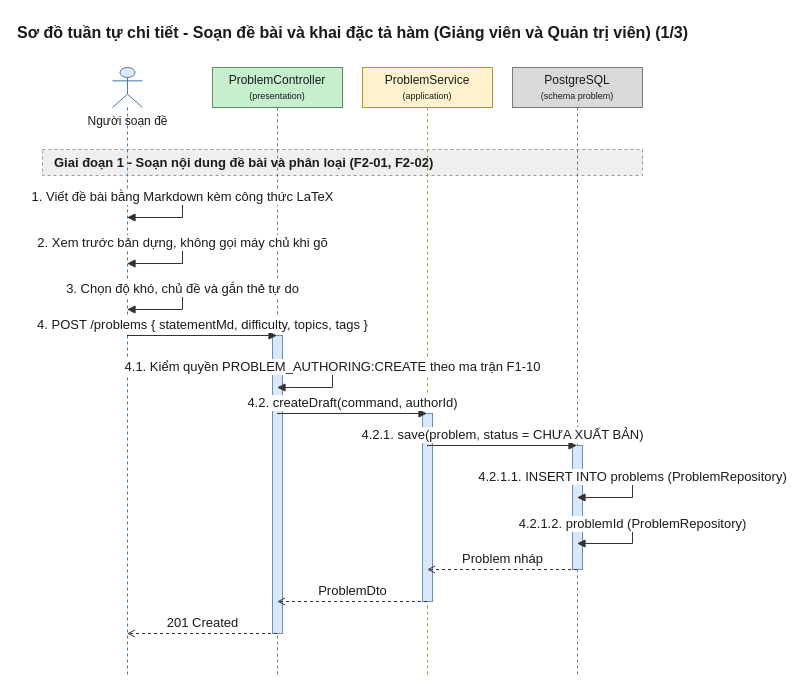
Before: 08-diagram/sequence/shared/sequence_shared_soan_de_va_dac_ta_ham_p1.drawio in daiphu1801/PRJ_ALGOPREP, a draw.io diagram. Source tidied: cells renumbered, new cells numbered last; positions are measured from the earlier drawing's top-left corner, leaving out a move shared by most shapes. Both pictures are drawn from the tidied source at 100%, with x=0, y=0 at pixel (42, 17).
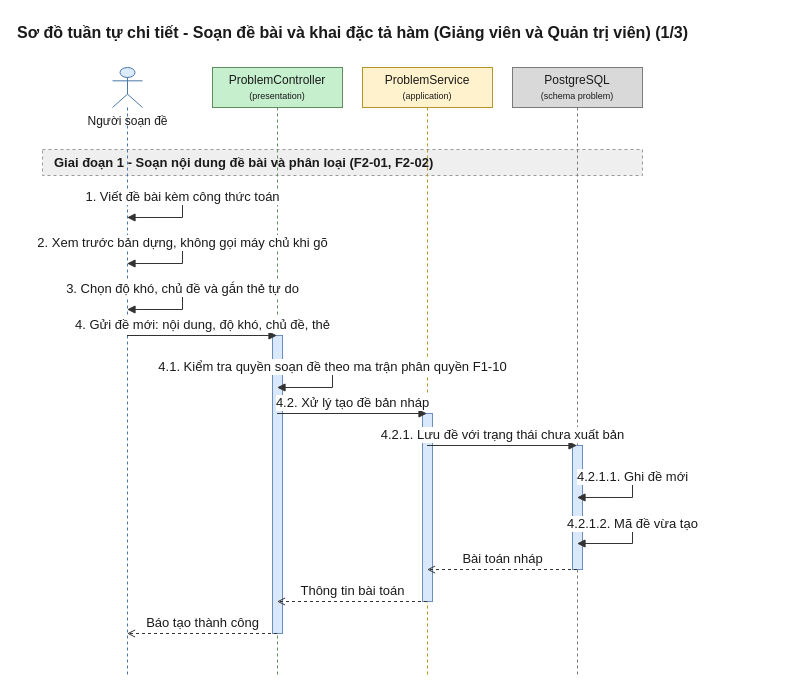
After the change.

The change refers to these unchanged cells:
```xml
<mxCell id="4" value="Người soạn đề" style="shape=umlLifeline;participant=umlActor;perimeter=lifelinePerimeter;html=1;outlineConnect=0;size=40;verticalAlign=top;spacingTop=40;fillColor=#DCEBFC;strokeColor=#4A76A8;fontColor=#1A1A1A;" parent="1" vertex="1">
  <mxGeometry x="70" y="50" width="30" height="608" as="geometry" />
</mxCell>
<mxCell id="5" value="ProblemController&lt;br&gt;&lt;font style=&quot;font-size:9px&quot;&gt;(presentation)&lt;/font&gt;" style="shape=umlLifeline;perimeter=lifelinePerimeter;whiteSpace=wrap;html=1;outlineConnect=0;size=40;fillColor=#C6EFCE;strokeColor=#5E8E5E;fontColor=#1A1A1A;" parent="1" vertex="1">
  <mxGeometry x="170" y="50" width="130" height="608" as="geometry" />
</mxCell>
<mxCell id="6" value="ProblemService&lt;br&gt;&lt;font style=&quot;font-size:9px&quot;&gt;(application)&lt;/font&gt;" style="shape=umlLifeline;perimeter=lifelinePerimeter;whiteSpace=wrap;html=1;outlineConnect=0;size=40;fillColor=#FFF2CC;strokeColor=#B8952A;fontColor=#1A1A1A;" parent="1" vertex="1">
  <mxGeometry x="320" y="50" width="130" height="608" as="geometry" />
</mxCell>
<mxCell id="7" value="PostgreSQL&lt;br&gt;&lt;font style=&quot;font-size:9px&quot;&gt;(schema problem)&lt;/font&gt;" style="shape=umlLifeline;perimeter=lifelinePerimeter;whiteSpace=wrap;html=1;outlineConnect=0;size=40;fillColor=#D9D9D9;strokeColor=#7A7A7A;fontColor=#1A1A1A;" parent="1" vertex="1">
  <mxGeometry x="470" y="50" width="130" height="608" as="geometry" />
</mxCell>
```

Change to the diagram source:
```diff
@@
-    <mxCell id="11" value="1. Viết đề bài bằng Markdown kèm công thức LaTeX" style="edgeStyle=orthogonalEdgeStyle;rounded=0;html=1;endArrow=block;endFill=1;strokeColor=#333333;fontColor=#1A1A1A;fontSize=13;verticalAlign=bottom;exitX=0.5;exitY=0.2138;exitDx=0;exitDy=0;entryX=0.5;entryY=0.2467;entryDx=0;entryDy=0;" parent="1" edge="1" source="4" target="4">
+    <mxCell id="11" value="1. Viết đề bài kèm công thức toán" style="edgeStyle=orthogonalEdgeStyle;rounded=0;html=1;endArrow=block;endFill=1;strokeColor=#333333;fontColor=#1A1A1A;fontSize=13;verticalAlign=bottom;exitX=0.5;exitY=0.2138;exitDx=0;exitDy=0;entryX=0.5;entryY=0.2467;entryDx=0;entryDy=0;" parent="1" edge="1" source="4" target="4">
       <mxGeometry relative="1" as="geometry">
         <Array as="points">
           <mxPoint x="140" y="180" />
           <mxPoint x="140" y="200" />
         </Array>
       </mxGeometry>
     </mxCell>
@@
-    <mxCell id="14" value="4. POST /problems { statementMd, difficulty, topics, tags }" style="edgeStyle=none;html=1;endArrow=block;endFill=1;strokeColor=#333333;fontColor=#1A1A1A;fontSize=13;verticalAlign=bottom;exitX=0.5;exitY=0.4408;exitDx=0;exitDy=0;entryX=0.5;entryY=0.4408;entryDx=0;entryDy=0;" parent="1" edge="1" source="4" target="5">
+    <mxCell id="14" value="4. Gửi đề mới: nội dung, độ khó, chủ đề, thẻ" style="edgeStyle=none;html=1;endArrow=block;endFill=1;strokeColor=#333333;fontColor=#1A1A1A;fontSize=13;verticalAlign=bottom;exitX=0.5;exitY=0.4408;exitDx=0;exitDy=0;entryX=0.5;entryY=0.4408;entryDx=0;entryDy=0;" parent="1" edge="1" source="4" target="5">
       <mxGeometry relative="1" as="geometry" />
     </mxCell>
-    <mxCell id="15" value="4.1. Kiểm quyền PROBLEM_AUTHORING:CREATE theo ma trận F1-10" style="edgeStyle=orthogonalEdgeStyle;rounded=0;html=1;endArrow=block;endFill=1;strokeColor=#333333;fontColor=#1A1A1A;fontSize=13;verticalAlign=bottom;exitX=0.5;exitY=0.4934;exitDx=0;exitDy=0;entryX=0.5;entryY=0.5263;entryDx=0;entryDy=0;" parent="1" edge="1" source="5" target="5">
+    <mxCell id="15" value="4.1. Kiểm tra quyền soạn đề theo ma trận phân quyền F1-10" style="edgeStyle=orthogonalEdgeStyle;rounded=0;html=1;endArrow=block;endFill=1;strokeColor=#333333;fontColor=#1A1A1A;fontSize=13;verticalAlign=bottom;exitX=0.5;exitY=0.4934;exitDx=0;exitDy=0;entryX=0.5;entryY=0.5263;entryDx=0;entryDy=0;" parent="1" edge="1" source="5" target="5">
       <mxGeometry relative="1" as="geometry">
         <Array as="points">
           <mxPoint x="290" y="350" />
           <mxPoint x="290" y="370" />
         </Array>
       </mxGeometry>
     </mxCell>
-    <mxCell id="16" value="4.2. createDraft(command, authorId)" style="edgeStyle=none;html=1;endArrow=block;endFill=1;strokeColor=#333333;fontColor=#1A1A1A;fontSize=13;verticalAlign=bottom;exitX=0.5;exitY=0.5691;exitDx=0;exitDy=0;entryX=0.5;entryY=0.5691;entryDx=0;entryDy=0;" parent="1" edge="1" source="5" target="6">
+    <mxCell id="16" value="4.2. Xử lý tạo đề bản nháp" style="edgeStyle=none;html=1;endArrow=block;endFill=1;strokeColor=#333333;fontColor=#1A1A1A;fontSize=13;verticalAlign=bottom;exitX=0.5;exitY=0.5691;exitDx=0;exitDy=0;entryX=0.5;entryY=0.5691;entryDx=0;entryDy=0;" parent="1" edge="1" source="5" target="6">
       <mxGeometry relative="1" as="geometry" />
     </mxCell>
-    <mxCell id="17" value="4.2.1. save(problem, status = CHƯA XUẤT BẢN)" style="edgeStyle=none;html=1;endArrow=block;endFill=1;strokeColor=#333333;fontColor=#1A1A1A;fontSize=13;verticalAlign=bottom;exitX=0.5;exitY=0.6217;exitDx=0;exitDy=0;entryX=0.5;entryY=0.6217;entryDx=0;entryDy=0;" parent="1" edge="1" source="6" target="7">
+    <mxCell id="17" value="4.2.1. Lưu đề với trạng thái chưa xuất bản" style="edgeStyle=none;html=1;endArrow=block;endFill=1;strokeColor=#333333;fontColor=#1A1A1A;fontSize=13;verticalAlign=bottom;exitX=0.5;exitY=0.6217;exitDx=0;exitDy=0;entryX=0.5;entryY=0.6217;entryDx=0;entryDy=0;" parent="1" edge="1" source="6" target="7">
       <mxGeometry relative="1" as="geometry" />
     </mxCell>
-    <mxCell id="18" value="4.2.1.1. INSERT INTO problems (ProblemRepository)" style="edgeStyle=orthogonalEdgeStyle;rounded=0;html=1;endArrow=block;endFill=1;strokeColor=#333333;fontColor=#1A1A1A;fontSize=13;verticalAlign=bottom;exitX=0.5;exitY=0.6743;exitDx=0;exitDy=0;entryX=0.5;entryY=0.7072;entryDx=0;entryDy=0;" parent="1" edge="1" source="7" target="7">
+    <mxCell id="18" value="4.2.1.1. Ghi đề mới" style="edgeStyle=orthogonalEdgeStyle;rounded=0;html=1;endArrow=block;endFill=1;strokeColor=#333333;fontColor=#1A1A1A;fontSize=13;verticalAlign=bottom;exitX=0.5;exitY=0.6743;exitDx=0;exitDy=0;entryX=0.5;entryY=0.7072;entryDx=0;entryDy=0;" parent="1" edge="1" source="7" target="7">
       <mxGeometry relative="1" as="geometry">
         <Array as="points">
           <mxPoint x="590" y="460" />
           <mxPoint x="590" y="480" />
         </Array>
       </mxGeometry>
     </mxCell>
-    <mxCell id="19" value="4.2.1.2. problemId (ProblemRepository)" style="edgeStyle=orthogonalEdgeStyle;rounded=0;html=1;endArrow=block;endFill=1;strokeColor=#333333;fontColor=#1A1A1A;fontSize=13;verticalAlign=bottom;exitX=0.5;exitY=0.7500;exitDx=0;exitDy=0;entryX=0.5;entryY=0.7829;entryDx=0;entryDy=0;" parent="1" edge="1" source="7" target="7">
+    <mxCell id="19" value="4.2.1.2. Mã đề vừa tạo" style="edgeStyle=orthogonalEdgeStyle;rounded=0;html=1;endArrow=block;endFill=1;strokeColor=#333333;fontColor=#1A1A1A;fontSize=13;verticalAlign=bottom;exitX=0.5;exitY=0.7500;exitDx=0;exitDy=0;entryX=0.5;entryY=0.7829;entryDx=0;entryDy=0;" parent="1" edge="1" source="7" target="7">
       <mxGeometry relative="1" as="geometry">
         <Array as="points">
           <mxPoint x="590" y="506" />
           <mxPoint x="590" y="526" />
         </Array>
       </mxGeometry>
     </mxCell>
-    <mxCell id="20" value="Problem nháp" style="edgeStyle=none;html=1;endArrow=open;endFill=0;dashed=1;strokeColor=#333333;fontColor=#1A1A1A;fontSize=13;verticalAlign=bottom;exitX=0.5;exitY=0.8257;exitDx=0;exitDy=0;entryX=0.5;entryY=0.8257;entryDx=0;entryDy=0;" parent="1" edge="1" source="7" target="6">
+    <mxCell id="20" value="Bài toán nháp" style="edgeStyle=none;html=1;endArrow=open;endFill=0;dashed=1;strokeColor=#333333;fontColor=#1A1A1A;fontSize=13;verticalAlign=bottom;exitX=0.5;exitY=0.8257;exitDx=0;exitDy=0;entryX=0.5;entryY=0.8257;entryDx=0;entryDy=0;" parent="1" edge="1" source="7" target="6">
       <mxGeometry relative="1" as="geometry" />
     </mxCell>
-    <mxCell id="21" value="ProblemDto" style="edgeStyle=none;html=1;endArrow=open;endFill=0;dashed=1;strokeColor=#333333;fontColor=#1A1A1A;fontSize=13;verticalAlign=bottom;exitX=0.5;exitY=0.8783;exitDx=0;exitDy=0;entryX=0.5;entryY=0.8783;entryDx=0;entryDy=0;" parent="1" edge="1" source="6" target="5">
+    <mxCell id="21" value="Thông tin bài toán" style="edgeStyle=none;html=1;endArrow=open;endFill=0;dashed=1;strokeColor=#333333;fontColor=#1A1A1A;fontSize=13;verticalAlign=bottom;exitX=0.5;exitY=0.8783;exitDx=0;exitDy=0;entryX=0.5;entryY=0.8783;entryDx=0;entryDy=0;" parent="1" edge="1" source="6" target="5">
       <mxGeometry relative="1" as="geometry" />
     </mxCell>
-    <mxCell id="22" value="201 Created" style="edgeStyle=none;html=1;endArrow=open;endFill=0;dashed=1;strokeColor=#333333;fontColor=#1A1A1A;fontSize=13;verticalAlign=bottom;exitX=0.5;exitY=0.9309;exitDx=0;exitDy=0;entryX=0.5;entryY=0.9309;entryDx=0;entryDy=0;" parent="1" edge="1" source="5" target="4">
+    <mxCell id="22" value="Báo tạo thành công" style="edgeStyle=none;html=1;endArrow=open;endFill=0;dashed=1;strokeColor=#333333;fontColor=#1A1A1A;fontSize=13;verticalAlign=bottom;exitX=0.5;exitY=0.9309;exitDx=0;exitDy=0;entryX=0.5;entryY=0.9309;entryDx=0;entryDy=0;" parent="1" edge="1" source="5" target="4">
       <mxGeometry relative="1" as="geometry" />
     </mxCell>
```
